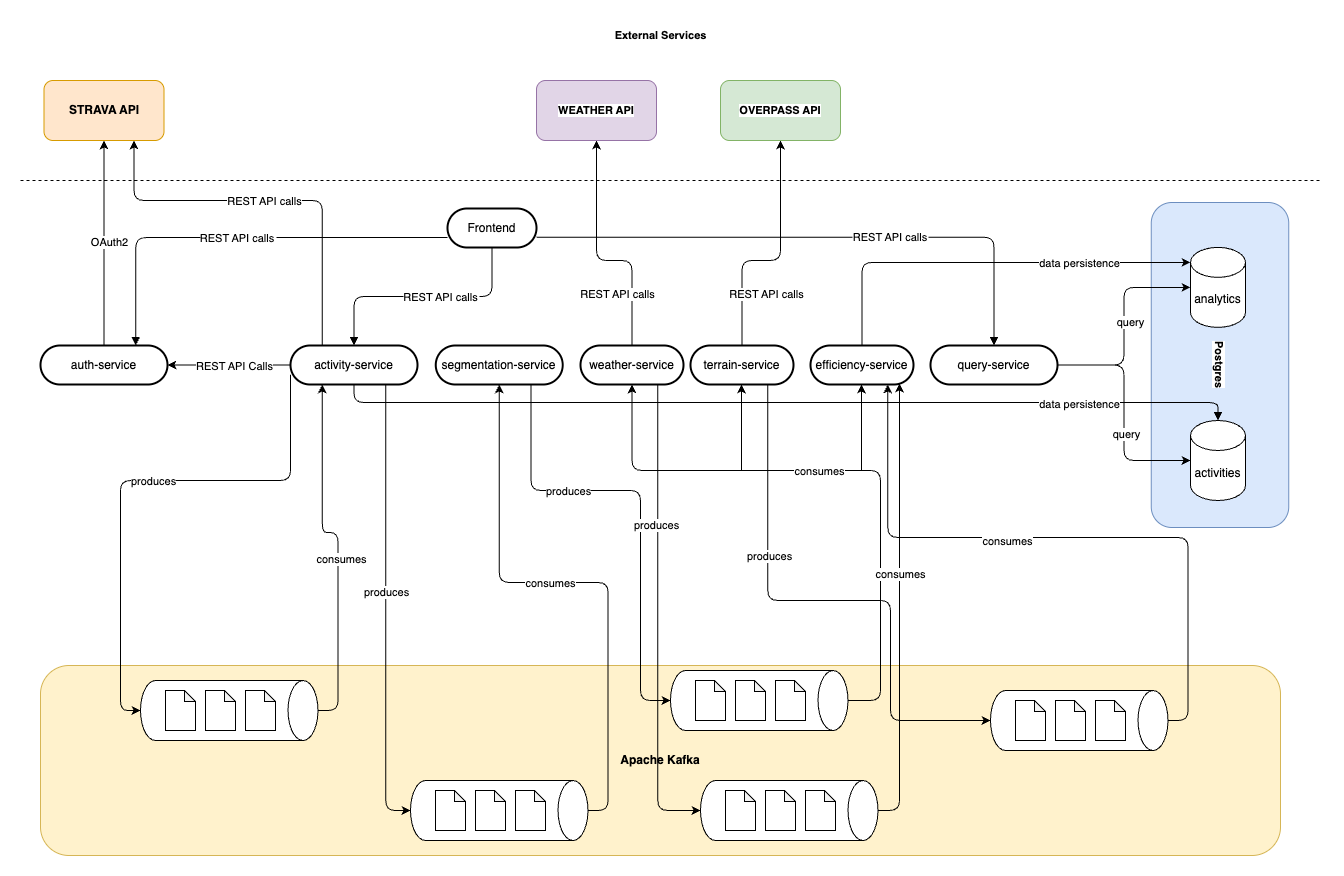
costanzazanoletti/trailmetrics keeps this draw.io diagram as docs/Architecture.png. Above is the earlier version. Source tidied: cells renumbered, new cells last; positions are measured from the earlier drawing's top-left corner, leaving out a move shared by most shapes.
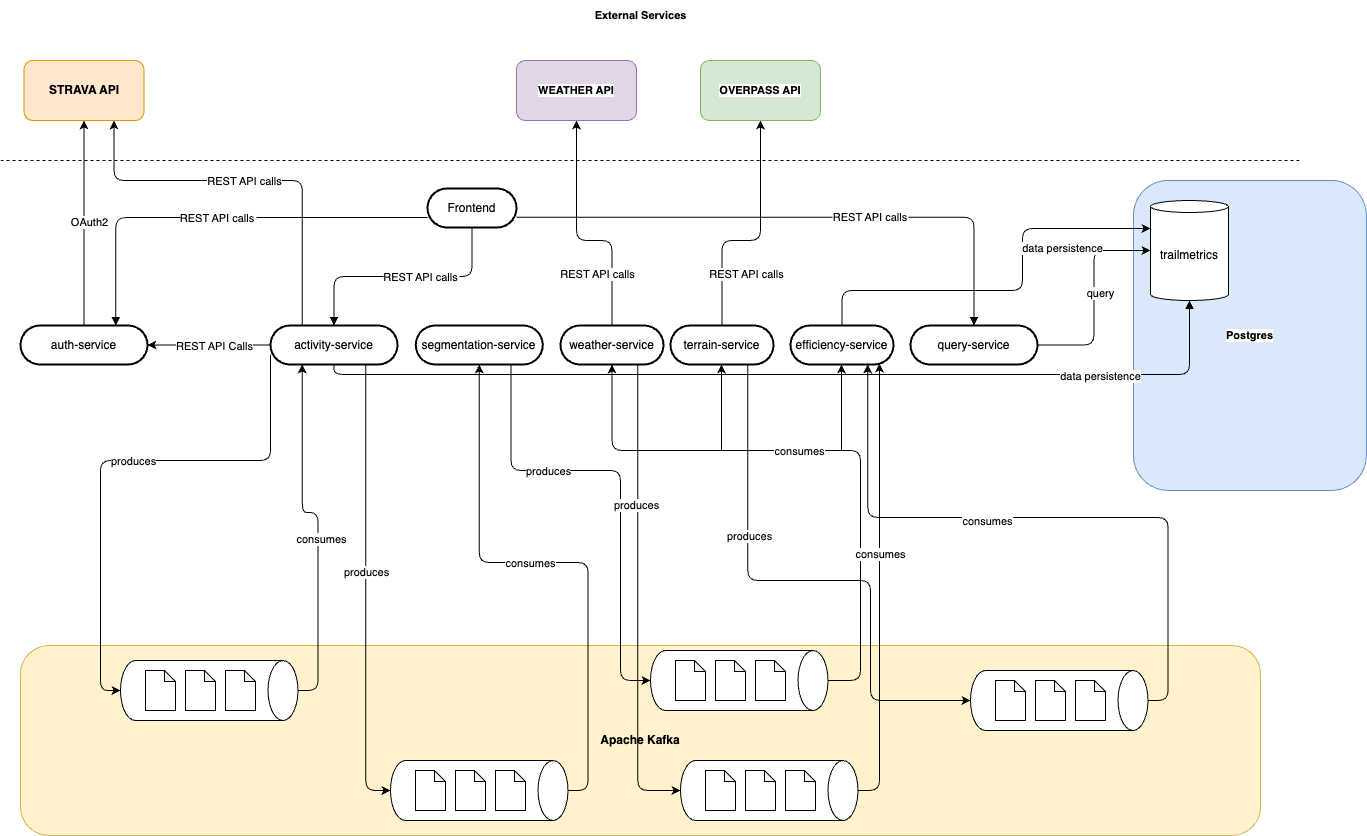
After the change.

Change to the diagram source:
```diff
@@ -2,8 +2,8 @@
   <root>
     <mxCell id="0" />
     <mxCell id="1" parent="0" />
-    <mxCell id="2" value="&lt;b&gt;Postgres&lt;/b&gt;" style="rounded=1;whiteSpace=wrap;html=1;fontFamily=Helvetica;fontSize=11;labelBackgroundColor=default;fillColor=#dae8fc;strokeColor=#6c8ebf;rotation=90;" parent="1" vertex="1">
-      <mxGeometry x="1037" y="275.8" width="325" height="137.5" as="geometry" />
+    <mxCell id="2" value="&lt;b&gt;Postgres&lt;/b&gt;" style="rounded=1;whiteSpace=wrap;html=1;fontFamily=Helvetica;fontSize=11;labelBackgroundColor=default;fillColor=#dae8fc;strokeColor=#6c8ebf;rotation=0;" parent="1" vertex="1">
+      <mxGeometry x="1132.9" y="179.9" width="233" height="310.1" as="geometry" />
     </mxCell>
     <mxCell id="3" value="&lt;b&gt;Apache Kafka&lt;/b&gt;" style="rounded=1;whiteSpace=wrap;html=1;fillColor=#fff2cc;strokeColor=#d6b656;" parent="1" vertex="1">
       <mxGeometry x="20" y="645" width="1240" height="190" as="geometry" />
@@ -89,7 +89,7 @@
     <mxCell id="22" value="REST API calls" style="startArrow=none;endArrow=block;exitX=1.01;exitY=0.74;entryX=0.5;entryY=0;rounded=1;edgeStyle=orthogonalEdgeStyle;" parent="1" edge="1" source="4" target="16">
       <mxGeometry x="0.25" relative="1" as="geometry" />
     </mxCell>
-    <mxCell id="23" style="startArrow=none;endArrow=block;exitX=0.5;exitY=1;entryX=0.5;entryY=0;entryDx=0;entryDy=0;entryPerimeter=0;edgeStyle=orthogonalEdgeStyle;" parent="1" edge="1" source="14" target="26">
+    <mxCell id="23" style="startArrow=none;endArrow=block;exitX=0.5;exitY=1;entryX=0.5;entryY=1;entryDx=0;entryDy=0;entryPerimeter=0;edgeStyle=orthogonalEdgeStyle;" parent="1" edge="1" source="14" target="27">
       <mxGeometry y="-8" relative="1" as="geometry">
         <mxPoint x="1" as="offset" />
       </mxGeometry>
@@ -102,11 +102,8 @@
     <mxCell id="25" value="&lt;b&gt;STRAVA API&lt;/b&gt;" style="rounded=1;whiteSpace=wrap;html=1;fillColor=#ffe6cc;strokeColor=#d79b00;" parent="1" vertex="1">
       <mxGeometry x="23.5" y="60" width="120" height="60" as="geometry" />
     </mxCell>
-    <mxCell id="26" value="activities" style="shape=cylinder3;whiteSpace=wrap;html=1;boundedLbl=1;backgroundOutline=1;size=15;" parent="1" vertex="1">
-      <mxGeometry x="1170" y="400" width="55" height="80" as="geometry" />
-    </mxCell>
-    <mxCell id="27" value="analytics" style="shape=cylinder3;whiteSpace=wrap;html=1;boundedLbl=1;backgroundOutline=1;size=15;" parent="1" vertex="1">
-      <mxGeometry x="1170" y="226.9" width="55" height="80" as="geometry" />
+    <mxCell id="27" value="trailmetrics" style="shape=cylinder3;whiteSpace=wrap;html=1;boundedLbl=1;backgroundOutline=1;size=6;" parent="1" vertex="1">
+      <mxGeometry x="1150" y="200" width="78" height="100" as="geometry" />
     </mxCell>
     <mxCell id="28" style="edgeStyle=orthogonalEdgeStyle;shape=connector;curved=0;rounded=1;jettySize=auto;html=1;strokeColor=default;align=center;verticalAlign=middle;fontFamily=Helvetica;fontSize=11;fontColor=default;labelBackgroundColor=default;endArrow=classic;" parent="1" edge="1" source="30" target="80">
       <mxGeometry relative="1" as="geometry">
@@ -317,18 +314,12 @@
     <mxCell id="82" value="&lt;b&gt;External Services&lt;/b&gt;" style="text;html=1;align=center;verticalAlign=middle;strokeColor=none;fillColor=none;fontFamily=Helvetica;fontSize=11;fontColor=default;labelBackgroundColor=default;" parent="1" vertex="1">
       <mxGeometry x="580" width="120" height="30" as="geometry" />
     </mxCell>
-    <mxCell id="83" style="edgeStyle=orthogonalEdgeStyle;shape=connector;curved=0;rounded=1;jettySize=auto;html=1;entryX=0;entryY=0.5;entryDx=0;entryDy=0;entryPerimeter=0;strokeColor=default;align=center;verticalAlign=middle;fontFamily=Helvetica;fontSize=11;fontColor=default;labelBackgroundColor=default;endArrow=classic;exitX=1;exitY=0.5;exitDx=0;exitDy=0;" parent="1" edge="1" source="16" target="26">
-      <mxGeometry relative="1" as="geometry" />
-    </mxCell>
-    <mxCell id="84" value="query" style="edgeLabel;html=1;align=center;verticalAlign=middle;fontFamily=Helvetica;fontSize=11;fontColor=default;labelBackgroundColor=default;" parent="83" vertex="1">
-      <mxGeometry x="-0.34" y="4" relative="1" as="geometry">
-        <mxPoint x="-2" y="59" as="offset" />
-      </mxGeometry>
-    </mxCell>
-    <mxCell id="85" style="edgeStyle=orthogonalEdgeStyle;shape=connector;curved=0;rounded=1;jettySize=auto;html=1;entryX=0;entryY=0;entryDx=0;entryDy=15;entryPerimeter=0;strokeColor=default;align=center;verticalAlign=middle;fontFamily=Helvetica;fontSize=11;fontColor=default;labelBackgroundColor=default;endArrow=classic;" parent="1" edge="1" source="31" target="27">
+    <mxCell id="85" style="rounded=1;jettySize=auto;html=1;strokeColor=default;align=center;verticalAlign=middle;fontFamily=Helvetica;fontSize=11;fontColor=default;labelBackgroundColor=default;endArrow=classic;entryX=0;entryY=0;entryDx=0;entryDy=28;entryPerimeter=0;edgeStyle=orthogonalEdgeStyle;" parent="1" edge="1" source="31" target="27">
       <mxGeometry relative="1" as="geometry">
         <Array as="points">
-          <mxPoint x="842" y="242" />
+          <mxPoint x="842" y="290" />
+          <mxPoint x="1022" y="290" />
+          <mxPoint x="1022" y="228" />
         </Array>
       </mxGeometry>
     </mxCell>
```
